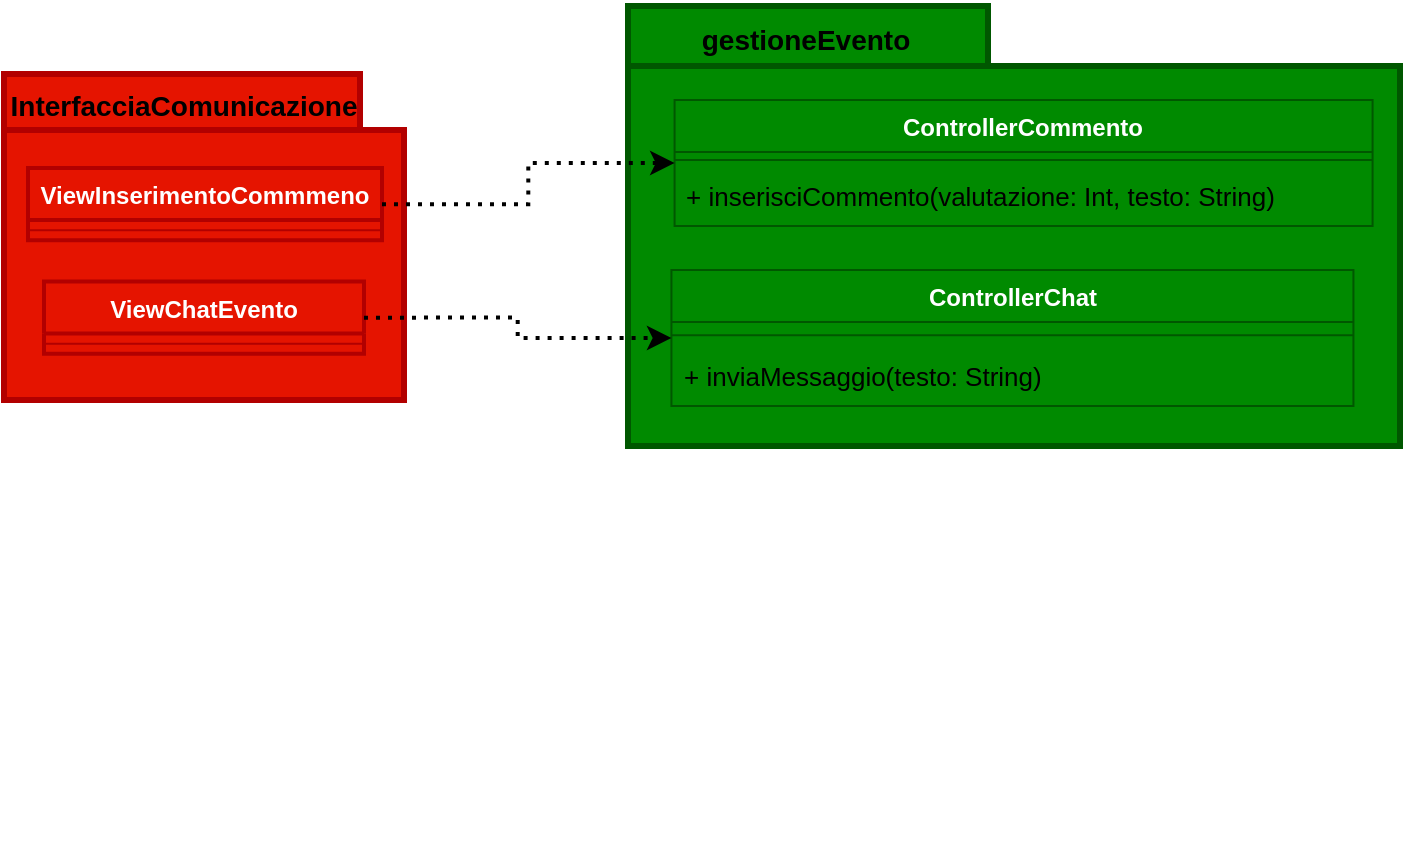
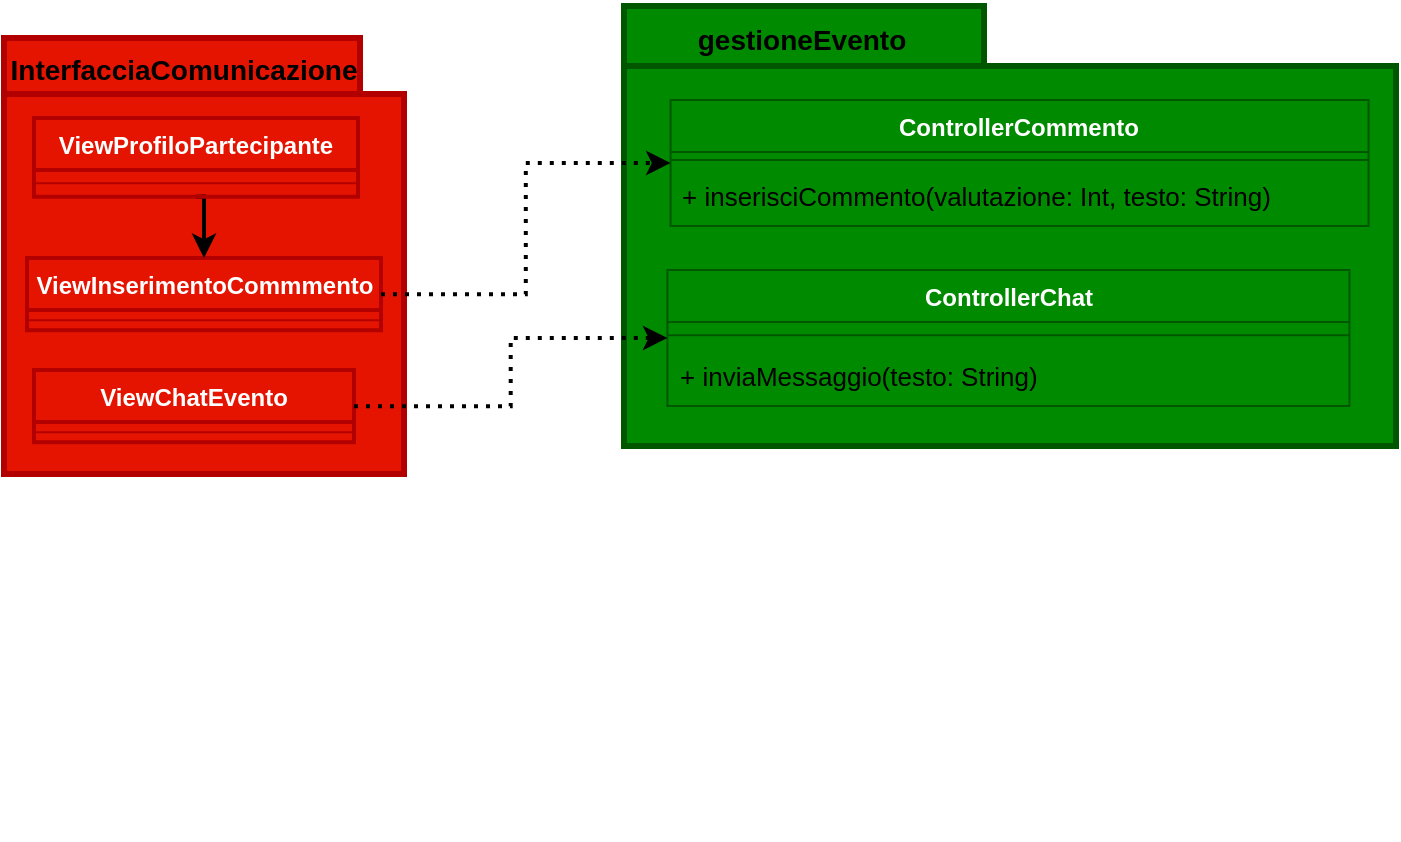
<mxfile host="app.diagrams.net">
  <diagram name="Pagina-1" id="4l4OeeF2EqW4aiShoi6i">
    <mxGraphModel dx="1075" dy="527" grid="0" gridSize="10" guides="1" tooltips="1" connect="1" arrows="1" fold="1" page="1" pageScale="1" pageWidth="827" pageHeight="1169" background="light-dark(#FFFFFF,#FFFFFF)" math="0" shadow="0">
      <root>
        <mxCell id="0" />
        <mxCell id="1" parent="0" />
        <mxCell id="upzl6LEY96Q9wOQ8lssQ-1" connectable="0" parent="1" style="group" value="" vertex="1">
-           <mxGeometry height="227" width="200" x="81" y="144" as="geometry" />
+           <mxGeometry height="227" width="200" x="83" y="126" as="geometry" />
        </mxCell>
        <mxCell id="upzl6LEY96Q9wOQ8lssQ-2" parent="upzl6LEY96Q9wOQ8lssQ-1" style="shape=folder;fontStyle=1;spacingTop=10;tabWidth=178;tabHeight=28;tabPosition=left;html=1;whiteSpace=wrap;fillColor=light-dark(#E51400,#FFFFFF);fontColor=#ffffff;strokeColor=#B20000;strokeWidth=3;" value="" vertex="1">
-           <mxGeometry height="163" width="200" as="geometry" />
+           <mxGeometry height="218" width="200" as="geometry" />
        </mxCell>
        <mxCell id="upzl6LEY96Q9wOQ8lssQ-3" parent="upzl6LEY96Q9wOQ8lssQ-1" style="text;html=1;whiteSpace=wrap;strokeColor=none;fillColor=none;align=center;verticalAlign=middle;rounded=0;fontColor=light-dark(#000000,#000000);fontStyle=1;fontSize=14;" value="InterfacciaComunicazione" vertex="1">
          <mxGeometry height="38.04469273743017" width="170" x="5" y="-3" as="geometry" />
        </mxCell>
        <mxCell id="upzl6LEY96Q9wOQ8lssQ-4" parent="upzl6LEY96Q9wOQ8lssQ-1" style="swimlane;fontStyle=1;align=center;verticalAlign=top;childLayout=stackLayout;horizontal=1;startSize=26;horizontalStack=0;resizeParent=1;resizeParentMax=0;resizeLast=0;collapsible=1;marginBottom=0;whiteSpace=wrap;html=1;fillColor=#e51400;strokeColor=#B20000;fontColor=#ffffff;strokeWidth=2;" value="ViewChatEvento" vertex="1">
-           <mxGeometry height="36.14525139664804" width="160" x="20" y="103.74860335195531" as="geometry" />
+           <mxGeometry height="36.14525139664804" width="160" x="15" y="165.9986033519553" as="geometry" />
        </mxCell>
        <mxCell id="upzl6LEY96Q9wOQ8lssQ-5" parent="upzl6LEY96Q9wOQ8lssQ-4" style="line;strokeWidth=1;fillColor=none;align=left;verticalAlign=middle;spacingTop=-1;spacingLeft=3;spacingRight=3;rotatable=0;labelPosition=right;points=[];portConstraint=eastwest;strokeColor=inherit;" value="" vertex="1">
          <mxGeometry height="10.145251396648044" width="160" y="26" as="geometry" />
        </mxCell>
-         <mxCell id="upzl6LEY96Q9wOQ8lssQ-8" parent="upzl6LEY96Q9wOQ8lssQ-1" style="swimlane;fontStyle=1;align=center;verticalAlign=top;childLayout=stackLayout;horizontal=1;startSize=26;horizontalStack=0;resizeParent=1;resizeParentMax=0;resizeLast=0;collapsible=1;marginBottom=0;whiteSpace=wrap;html=1;fillColor=#e51400;strokeColor=#B20000;fontColor=#ffffff;strokeWidth=2;" value="ViewInserimentoCommmeno" vertex="1">
-           <mxGeometry height="36.14525139664804" width="177" x="12" y="47" as="geometry" />
+         <mxCell id="upzl6LEY96Q9wOQ8lssQ-8" parent="upzl6LEY96Q9wOQ8lssQ-1" style="swimlane;fontStyle=1;align=center;verticalAlign=top;childLayout=stackLayout;horizontal=1;startSize=26;horizontalStack=0;resizeParent=1;resizeParentMax=0;resizeLast=0;collapsible=1;marginBottom=0;whiteSpace=wrap;html=1;fillColor=#e51400;strokeColor=#B20000;fontColor=#ffffff;strokeWidth=2;" value="ViewInserimentoCommmento" vertex="1">
+           <mxGeometry height="36.14525139664804" width="177" x="11.5" y="110" as="geometry" />
        </mxCell>
        <mxCell id="upzl6LEY96Q9wOQ8lssQ-9" parent="upzl6LEY96Q9wOQ8lssQ-8" style="line;strokeWidth=1;fillColor=none;align=left;verticalAlign=middle;spacingTop=-1;spacingLeft=3;spacingRight=3;rotatable=0;labelPosition=right;points=[];portConstraint=eastwest;strokeColor=inherit;" value="" vertex="1">
          <mxGeometry height="10.145251396648044" width="177" y="26" as="geometry" />
+         </mxCell>
+         <mxCell id="Vfu_VBAh6hD6XAjKaHBV-3" edge="1" parent="upzl6LEY96Q9wOQ8lssQ-1" source="Vfu_VBAh6hD6XAjKaHBV-1" style="edgeStyle=orthogonalEdgeStyle;rounded=0;orthogonalLoop=1;jettySize=auto;html=1;exitX=0.5;exitY=1;exitDx=0;exitDy=0;entryX=0.5;entryY=0;entryDx=0;entryDy=0;strokeColor=light-dark(#000000,#000000);strokeWidth=2;" target="upzl6LEY96Q9wOQ8lssQ-8">
+           <mxGeometry relative="1" as="geometry" />
+         </mxCell>
+         <mxCell id="Vfu_VBAh6hD6XAjKaHBV-1" parent="upzl6LEY96Q9wOQ8lssQ-1" style="swimlane;fontStyle=1;align=center;verticalAlign=top;childLayout=stackLayout;horizontal=1;startSize=26;horizontalStack=0;resizeParent=1;resizeParentMax=0;resizeLast=0;collapsible=1;marginBottom=0;whiteSpace=wrap;html=1;fillColor=#e51400;strokeColor=#B20000;fontColor=#ffffff;strokeWidth=2;" value="ViewProfiloPartecipante" vertex="1">
+           <mxGeometry height="39.31428571428572" width="162" x="15" y="40" as="geometry" />
+         </mxCell>
+         <mxCell id="Vfu_VBAh6hD6XAjKaHBV-2" parent="Vfu_VBAh6hD6XAjKaHBV-1" style="line;strokeWidth=1;fillColor=none;align=left;verticalAlign=middle;spacingTop=-1;spacingLeft=3;spacingRight=3;rotatable=0;labelPosition=right;points=[];portConstraint=eastwest;strokeColor=inherit;" value="" vertex="1">
+           <mxGeometry height="13.314285714285715" width="162" y="26" as="geometry" />
        </mxCell>
        <mxCell id="upzl6LEY96Q9wOQ8lssQ-12" connectable="0" parent="1" style="group" value="" vertex="1">
          <mxGeometry height="383" width="386" x="393" y="144" as="geometry" />
        </mxCell>
        <mxCell id="upzl6LEY96Q9wOQ8lssQ-13" parent="upzl6LEY96Q9wOQ8lssQ-12" style="shape=folder;fontStyle=1;spacingTop=10;tabWidth=180;tabHeight=30;tabPosition=left;html=1;whiteSpace=wrap;fillColor=light-dark(#008A00,#FFFFFF);fontColor=#ffffff;strokeColor=#005700;strokeWidth=3;" value="" vertex="1">
          <mxGeometry height="220" width="386" y="-34" as="geometry" />
        </mxCell>
        <mxCell id="upzl6LEY96Q9wOQ8lssQ-14" parent="upzl6LEY96Q9wOQ8lssQ-12" style="text;html=1;whiteSpace=wrap;strokeColor=none;fillColor=none;align=center;verticalAlign=middle;rounded=0;fontColor=light-dark(#000000,#000000);fontStyle=1;fontSize=14;" value="gestioneEvento" vertex="1">
          <mxGeometry height="40.67" width="164.48" x="7" y="-37" as="geometry" />
        </mxCell>
        <mxCell id="upzl6LEY96Q9wOQ8lssQ-15" parent="upzl6LEY96Q9wOQ8lssQ-12" style="swimlane;fontStyle=1;align=center;verticalAlign=top;childLayout=stackLayout;horizontal=1;startSize=26;horizontalStack=0;resizeParent=1;resizeParentMax=0;resizeLast=0;collapsible=1;marginBottom=0;whiteSpace=wrap;html=1;fillColor=#008a00;fontColor=#ffffff;strokeColor=#005700;" value="ControllerChat" vertex="1">
          <mxGeometry height="68.00173913043479" width="341" x="21.71310344827586" y="97.99739130434784" as="geometry" />
        </mxCell>
        <mxCell id="upzl6LEY96Q9wOQ8lssQ-16" parent="upzl6LEY96Q9wOQ8lssQ-15" style="line;strokeWidth=1;fillColor=none;align=left;verticalAlign=middle;spacingTop=-1;spacingLeft=3;spacingRight=3;rotatable=0;labelPosition=right;points=[];portConstraint=eastwest;strokeColor=inherit;" value="" vertex="1">
          <mxGeometry height="13.321739130434784" width="341" y="26" as="geometry" />
        </mxCell>
        <mxCell id="upzl6LEY96Q9wOQ8lssQ-17" parent="upzl6LEY96Q9wOQ8lssQ-15" style="text;strokeColor=none;fillColor=none;align=left;verticalAlign=top;spacingLeft=4;spacingRight=4;overflow=hidden;rotatable=0;points=[[0,0.5],[1,0.5]];portConstraint=eastwest;whiteSpace=wrap;html=1;fontColor=light-dark(#000000,#000000);fontStyle=0;fontSize=13;" value="+ inviaMessaggio(testo: String)" vertex="1">
          <mxGeometry height="28.68" width="341" y="39.321739130434786" as="geometry" />
        </mxCell>
        <mxCell id="upzl6LEY96Q9wOQ8lssQ-24" parent="upzl6LEY96Q9wOQ8lssQ-12" style="swimlane;fontStyle=1;align=center;verticalAlign=top;childLayout=stackLayout;horizontal=1;startSize=26;horizontalStack=0;resizeParent=1;resizeParentMax=0;resizeLast=0;collapsible=1;marginBottom=0;whiteSpace=wrap;html=1;fillColor=#008a00;fontColor=#ffffff;strokeColor=#005700;" value="ControllerCommento" vertex="1">
          <mxGeometry height="63" width="349" x="23.29" y="13" as="geometry" />
        </mxCell>
        <mxCell id="upzl6LEY96Q9wOQ8lssQ-25" parent="upzl6LEY96Q9wOQ8lssQ-24" style="line;strokeWidth=1;fillColor=none;align=left;verticalAlign=middle;spacingTop=-1;spacingLeft=3;spacingRight=3;rotatable=0;labelPosition=right;points=[];portConstraint=eastwest;strokeColor=inherit;" value="" vertex="1">
          <mxGeometry height="8" width="349" y="26" as="geometry" />
        </mxCell>
        <mxCell id="upzl6LEY96Q9wOQ8lssQ-26" parent="upzl6LEY96Q9wOQ8lssQ-24" style="text;strokeColor=none;fillColor=none;align=left;verticalAlign=top;spacingLeft=4;spacingRight=4;overflow=hidden;rotatable=0;points=[[0,0.5],[1,0.5]];portConstraint=eastwest;whiteSpace=wrap;html=1;fontColor=light-dark(#000000,#000000);fontStyle=0;fontSize=13;" value="+ inserisciCommento(valutazione: Int, testo: String)" vertex="1">
          <mxGeometry height="29" width="349" y="34" as="geometry" />
        </mxCell>
        <mxCell id="upzl6LEY96Q9wOQ8lssQ-27" edge="1" parent="1" source="upzl6LEY96Q9wOQ8lssQ-8" style="edgeStyle=orthogonalEdgeStyle;rounded=0;orthogonalLoop=1;jettySize=auto;html=1;exitX=1;exitY=0.5;exitDx=0;exitDy=0;entryX=0;entryY=0.5;entryDx=0;entryDy=0;strokeColor=light-dark(#000000,#000000);dashed=1;dashPattern=1 2;strokeWidth=2;" target="upzl6LEY96Q9wOQ8lssQ-24">
          <mxGeometry relative="1" as="geometry" />
        </mxCell>
        <mxCell id="upzl6LEY96Q9wOQ8lssQ-28" edge="1" parent="1" source="upzl6LEY96Q9wOQ8lssQ-4" style="edgeStyle=orthogonalEdgeStyle;rounded=0;orthogonalLoop=1;jettySize=auto;html=1;exitX=1;exitY=0.5;exitDx=0;exitDy=0;entryX=0;entryY=0.5;entryDx=0;entryDy=0;dashed=1;dashPattern=1 2;strokeColor=light-dark(#000000,#000000);strokeWidth=2;" target="upzl6LEY96Q9wOQ8lssQ-15">
          <mxGeometry relative="1" as="geometry" />
        </mxCell>
      </root>
    </mxGraphModel>
  </diagram>
</mxfile>
